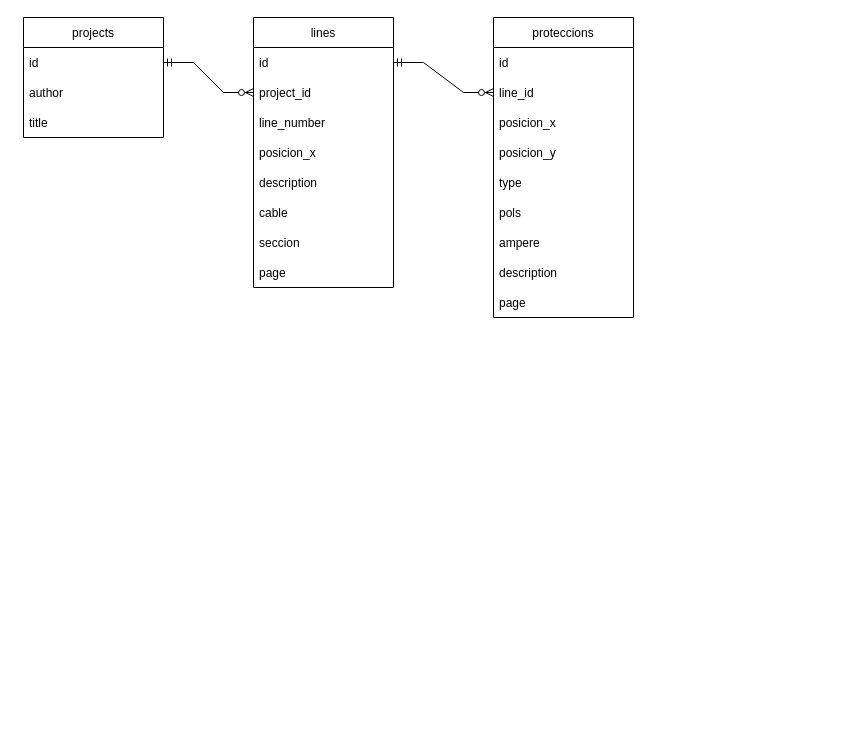
This is pdf_db_tables.drawio from otaymerich/electricdiagrams, a draw.io file, before an edit. Source tidied: cells renumbered, new cells numbered last; positions are measured from the earlier drawing's top-left corner, leaving out a move shared by most shapes. Both pictures are drawn from the tidied source at 100%, with x=0, y=0 at pixel (23, 17).
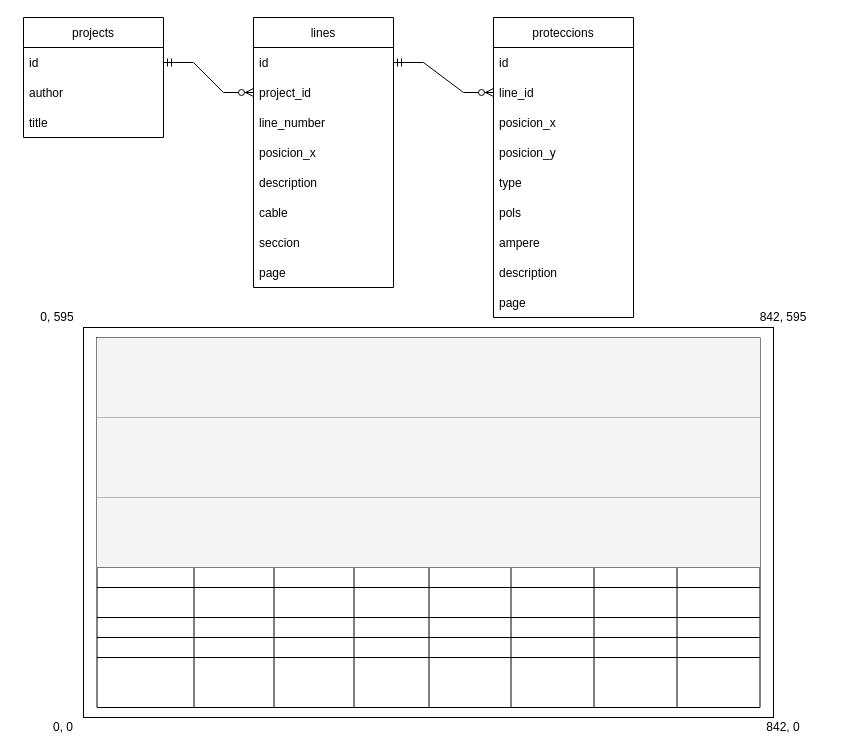
The same page after the edit.

Diff of the diagram source:
```diff
@@
+    <mxCell id="27" style="rounded=0;whiteSpace=wrap;html=1;" parent="1" vertex="1">
+      <mxGeometry x="60" y="310" width="690" height="390" as="geometry" />
+    </mxCell>
+    <mxCell id="28" style="shape=table;html=1;whiteSpace=wrap;startSize=0;childLayout=tableLayout;" parent="1" vertex="1">
+      <mxGeometry x="73.5" y="320" width="663" height="370" as="geometry" />
+    </mxCell>
+    <mxCell id="29" style="shape=tableRow;horizontal=0;startSize=0;swimlaneHead=0;swimlaneBody=0;top=0;left=0;bottom=0;right=0;fillColor=none;" parent="28" vertex="1">
+      <mxGeometry width="663" height="80" as="geometry" />
+    </mxCell>
+    <mxCell id="30" style="shape=partialRectangle;html=1;whiteSpace=wrap;fillColor=#f5f5f5;top=0;left=0;bottom=0;right=0;overflow=hidden;fontColor=#333333;strokeColor=#666666;" parent="29" vertex="1">
+      <mxGeometry width="97" height="80" as="geometry" />
+    </mxCell>
+    <mxCell id="31" style="shape=partialRectangle;html=1;whiteSpace=wrap;fillColor=#f5f5f5;top=0;left=0;bottom=0;right=0;overflow=hidden;strokeColor=#666666;fontColor=#333333;" parent="29" vertex="1">
+      <mxGeometry x="97" width="80" height="80" as="geometry" />
+    </mxCell>
+    <mxCell id="32" style="shape=partialRectangle;html=1;whiteSpace=wrap;fillColor=#f5f5f5;top=0;left=0;bottom=0;right=0;overflow=hidden;fontColor=#333333;strokeColor=#666666;" parent="29" vertex="1">
+      <mxGeometry x="177" width="80" height="80" as="geometry" />
+    </mxCell>
+    <mxCell id="33" style="shape=partialRectangle;html=1;whiteSpace=wrap;fillColor=#f5f5f5;top=0;left=0;bottom=0;right=0;overflow=hidden;fontColor=#333333;strokeColor=#666666;" parent="29" vertex="1">
+      <mxGeometry x="257" width="75" height="80" as="geometry" />
+    </mxCell>
+    <mxCell id="34" style="shape=partialRectangle;html=1;whiteSpace=wrap;fillColor=#f5f5f5;top=0;left=0;bottom=0;right=0;overflow=hidden;fontColor=#333333;strokeColor=#666666;" parent="29" vertex="1">
+      <mxGeometry x="332" width="82" height="80" as="geometry" />
+    </mxCell>
+    <mxCell id="35" style="shape=partialRectangle;html=1;whiteSpace=wrap;fillColor=#f5f5f5;top=0;left=0;bottom=0;right=0;overflow=hidden;fontColor=#333333;strokeColor=#666666;" parent="29" vertex="1">
+      <mxGeometry x="414" width="83" height="80" as="geometry" />
+    </mxCell>
+    <mxCell id="36" style="shape=partialRectangle;html=1;whiteSpace=wrap;fillColor=#f5f5f5;top=0;left=0;bottom=0;right=0;overflow=hidden;fontColor=#333333;strokeColor=#666666;" parent="29" vertex="1">
+      <mxGeometry x="497" width="83" height="80" as="geometry" />
+    </mxCell>
+    <mxCell id="37" style="shape=partialRectangle;html=1;whiteSpace=wrap;fillColor=#f5f5f5;top=0;left=0;bottom=0;right=0;overflow=hidden;fontColor=#333333;strokeColor=#666666;" parent="29" vertex="1">
+      <mxGeometry x="580" width="83" height="80" as="geometry" />
+    </mxCell>
+    <mxCell id="38" style="shape=tableRow;horizontal=0;startSize=0;swimlaneHead=0;swimlaneBody=0;top=0;left=0;bottom=0;right=0;fillColor=none;" parent="28" vertex="1">
+      <mxGeometry y="80" width="663" height="80" as="geometry" />
+    </mxCell>
+    <mxCell id="39" style="shape=partialRectangle;html=1;whiteSpace=wrap;fillColor=#f5f5f5;top=0;left=0;bottom=0;right=0;overflow=hidden;fontColor=#333333;strokeColor=#666666;" parent="38" vertex="1">
+      <mxGeometry width="97" height="80" as="geometry" />
+    </mxCell>
+    <mxCell id="40" style="shape=partialRectangle;html=1;whiteSpace=wrap;fillColor=#f5f5f5;top=0;left=0;bottom=0;right=0;overflow=hidden;fontColor=#333333;strokeColor=#666666;" parent="38" vertex="1">
+      <mxGeometry x="97" width="80" height="80" as="geometry" />
+    </mxCell>
+    <mxCell id="41" style="shape=partialRectangle;html=1;whiteSpace=wrap;fillColor=#f5f5f5;top=0;left=0;bottom=0;right=0;overflow=hidden;dashed=1;dashPattern=1 1;fontColor=#333333;strokeColor=#666666;" parent="38" vertex="1">
+      <mxGeometry x="177" width="80" height="80" as="geometry" />
+    </mxCell>
+    <mxCell id="42" style="shape=partialRectangle;html=1;whiteSpace=wrap;fillColor=#f5f5f5;top=0;left=0;bottom=0;right=0;overflow=hidden;fontColor=#333333;strokeColor=#666666;" parent="38" vertex="1">
+      <mxGeometry x="257" width="75" height="80" as="geometry" />
+    </mxCell>
+    <mxCell id="43" style="shape=partialRectangle;html=1;whiteSpace=wrap;fillColor=#f5f5f5;top=0;left=0;bottom=0;right=0;overflow=hidden;fontColor=#333333;strokeColor=#666666;" parent="38" vertex="1">
+      <mxGeometry x="332" width="82" height="80" as="geometry" />
+    </mxCell>
+    <mxCell id="44" style="shape=partialRectangle;html=1;whiteSpace=wrap;fillColor=#f5f5f5;top=0;left=0;bottom=0;right=0;overflow=hidden;fontColor=#333333;strokeColor=#666666;" parent="38" vertex="1">
+      <mxGeometry x="414" width="83" height="80" as="geometry" />
+    </mxCell>
+    <mxCell id="45" style="shape=partialRectangle;html=1;whiteSpace=wrap;fillColor=#f5f5f5;top=0;left=0;bottom=0;right=0;overflow=hidden;fontColor=#333333;strokeColor=#666666;" parent="38" vertex="1">
+      <mxGeometry x="497" width="83" height="80" as="geometry" />
+    </mxCell>
+    <mxCell id="46" style="shape=partialRectangle;html=1;whiteSpace=wrap;fillColor=#f5f5f5;top=0;left=0;bottom=0;right=0;overflow=hidden;fontColor=#333333;strokeColor=#666666;" parent="38" vertex="1">
+      <mxGeometry x="580" width="83" height="80" as="geometry" />
+    </mxCell>
+    <mxCell id="47" style="shape=tableRow;horizontal=0;startSize=0;swimlaneHead=0;swimlaneBody=0;top=0;left=0;bottom=0;right=0;fillColor=none;" parent="28" vertex="1">
+      <mxGeometry y="160" width="663" height="70" as="geometry" />
+    </mxCell>
+    <mxCell id="48" style="shape=partialRectangle;html=1;whiteSpace=wrap;fillColor=#f5f5f5;top=0;left=0;bottom=0;right=0;overflow=hidden;fontColor=#333333;strokeColor=#666666;" parent="47" vertex="1">
+      <mxGeometry width="97" height="70" as="geometry" />
+    </mxCell>
+    <mxCell id="49" style="shape=partialRectangle;html=1;whiteSpace=wrap;fillColor=#f5f5f5;top=0;left=0;bottom=0;right=0;overflow=hidden;fontColor=#333333;strokeColor=#666666;" parent="47" vertex="1">
+      <mxGeometry x="97" width="80" height="70" as="geometry" />
+    </mxCell>
+    <mxCell id="50" style="shape=partialRectangle;html=1;whiteSpace=wrap;fillColor=#f5f5f5;top=0;left=0;bottom=0;right=0;overflow=hidden;fontColor=#333333;strokeColor=#666666;" parent="47" vertex="1">
+      <mxGeometry x="177" width="80" height="70" as="geometry" />
+    </mxCell>
+    <mxCell id="51" style="shape=partialRectangle;html=1;whiteSpace=wrap;fillColor=#f5f5f5;top=0;left=0;bottom=0;right=0;overflow=hidden;fontColor=#333333;strokeColor=#666666;" parent="47" vertex="1">
+      <mxGeometry x="257" width="75" height="70" as="geometry" />
+    </mxCell>
+    <mxCell id="52" style="shape=partialRectangle;html=1;whiteSpace=wrap;fillColor=#f5f5f5;top=0;left=0;bottom=0;right=0;overflow=hidden;fontColor=#333333;strokeColor=#666666;" parent="47" vertex="1">
+      <mxGeometry x="332" width="82" height="70" as="geometry" />
+    </mxCell>
+    <mxCell id="53" style="shape=partialRectangle;html=1;whiteSpace=wrap;fillColor=#f5f5f5;top=0;left=0;bottom=0;right=0;overflow=hidden;fontColor=#333333;strokeColor=#666666;" parent="47" vertex="1">
+      <mxGeometry x="414" width="83" height="70" as="geometry" />
+    </mxCell>
+    <mxCell id="54" style="shape=partialRectangle;html=1;whiteSpace=wrap;fillColor=#f5f5f5;top=0;left=0;bottom=0;right=0;overflow=hidden;fontColor=#333333;strokeColor=#666666;" parent="47" vertex="1">
+      <mxGeometry x="497" width="83" height="70" as="geometry" />
+    </mxCell>
+    <mxCell id="55" style="shape=partialRectangle;html=1;whiteSpace=wrap;fillColor=#f5f5f5;top=0;left=0;bottom=0;right=0;overflow=hidden;fontColor=#333333;strokeColor=#666666;" parent="47" vertex="1">
+      <mxGeometry x="580" width="83" height="70" as="geometry" />
+    </mxCell>
+    <mxCell id="56" style="shape=tableRow;horizontal=0;startSize=0;swimlaneHead=0;swimlaneBody=0;top=0;left=0;bottom=0;right=0;fillColor=none;" parent="28" vertex="1">
+      <mxGeometry y="230" width="663" height="20" as="geometry" />
+    </mxCell>
+    <mxCell id="57" style="shape=partialRectangle;html=1;whiteSpace=wrap;fillColor=none;top=0;left=0;bottom=0;right=0;overflow=hidden;" parent="56" vertex="1">
+      <mxGeometry width="97" height="20" as="geometry" />
+    </mxCell>
+    <mxCell id="58" style="shape=partialRectangle;html=1;whiteSpace=wrap;fillColor=none;top=0;left=0;bottom=0;right=0;overflow=hidden;" parent="56" vertex="1">
+      <mxGeometry x="97" width="80" height="20" as="geometry" />
+    </mxCell>
+    <mxCell id="59" style="shape=partialRectangle;html=1;whiteSpace=wrap;fillColor=none;top=0;left=0;bottom=0;right=0;overflow=hidden;" parent="56" vertex="1">
+      <mxGeometry x="177" width="80" height="20" as="geometry" />
+    </mxCell>
+    <mxCell id="60" style="shape=partialRectangle;html=1;whiteSpace=wrap;fillColor=none;top=0;left=0;bottom=0;right=0;overflow=hidden;" parent="56" vertex="1">
+      <mxGeometry x="257" width="75" height="20" as="geometry" />
+    </mxCell>
+    <mxCell id="61" style="shape=partialRectangle;html=1;whiteSpace=wrap;fillColor=none;top=0;left=0;bottom=0;right=0;overflow=hidden;" parent="56" vertex="1">
+      <mxGeometry x="332" width="82" height="20" as="geometry" />
+    </mxCell>
+    <mxCell id="62" style="shape=partialRectangle;html=1;whiteSpace=wrap;fillColor=none;top=0;left=0;bottom=0;right=0;overflow=hidden;" parent="56" vertex="1">
+      <mxGeometry x="414" width="83" height="20" as="geometry" />
+    </mxCell>
+    <mxCell id="63" style="shape=partialRectangle;html=1;whiteSpace=wrap;fillColor=none;top=0;left=0;bottom=0;right=0;overflow=hidden;" parent="56" vertex="1">
+      <mxGeometry x="497" width="83" height="20" as="geometry" />
+    </mxCell>
+    <mxCell id="64" style="shape=partialRectangle;html=1;whiteSpace=wrap;fillColor=none;top=0;left=0;bottom=0;right=0;overflow=hidden;" parent="56" vertex="1">
+      <mxGeometry x="580" width="83" height="20" as="geometry" />
+    </mxCell>
+    <mxCell id="65" style="shape=tableRow;horizontal=0;startSize=0;swimlaneHead=0;swimlaneBody=0;top=0;left=0;bottom=0;right=0;fillColor=none;" parent="28" vertex="1">
+      <mxGeometry y="250" width="663" height="30" as="geometry" />
+    </mxCell>
+    <mxCell id="66" style="shape=partialRectangle;html=1;whiteSpace=wrap;fillColor=none;top=0;left=0;bottom=0;right=0;overflow=hidden;" parent="65" vertex="1">
+      <mxGeometry width="97" height="30" as="geometry" />
+    </mxCell>
+    <mxCell id="67" style="shape=partialRectangle;html=1;whiteSpace=wrap;fillColor=none;top=0;left=0;bottom=0;right=0;overflow=hidden;" parent="65" vertex="1">
+      <mxGeometry x="97" width="80" height="30" as="geometry" />
+    </mxCell>
+    <mxCell id="68" style="shape=partialRectangle;html=1;whiteSpace=wrap;fillColor=none;top=0;left=0;bottom=0;right=0;overflow=hidden;" parent="65" vertex="1">
+      <mxGeometry x="177" width="80" height="30" as="geometry" />
+    </mxCell>
+    <mxCell id="69" style="shape=partialRectangle;html=1;whiteSpace=wrap;fillColor=none;top=0;left=0;bottom=0;right=0;overflow=hidden;" parent="65" vertex="1">
+      <mxGeometry x="257" width="75" height="30" as="geometry" />
+    </mxCell>
+    <mxCell id="70" style="shape=partialRectangle;html=1;whiteSpace=wrap;fillColor=none;top=0;left=0;bottom=0;right=0;overflow=hidden;" parent="65" vertex="1">
+      <mxGeometry x="332" width="82" height="30" as="geometry" />
+    </mxCell>
+    <mxCell id="71" style="shape=partialRectangle;html=1;whiteSpace=wrap;fillColor=none;top=0;left=0;bottom=0;right=0;overflow=hidden;" parent="65" vertex="1">
+      <mxGeometry x="414" width="83" height="30" as="geometry" />
+    </mxCell>
+    <mxCell id="72" style="shape=partialRectangle;html=1;whiteSpace=wrap;fillColor=none;top=0;left=0;bottom=0;right=0;overflow=hidden;" parent="65" vertex="1">
+      <mxGeometry x="497" width="83" height="30" as="geometry" />
+    </mxCell>
+    <mxCell id="73" style="shape=partialRectangle;html=1;whiteSpace=wrap;fillColor=none;top=0;left=0;bottom=0;right=0;overflow=hidden;" parent="65" vertex="1">
+      <mxGeometry x="580" width="83" height="30" as="geometry" />
+    </mxCell>
+    <mxCell id="74" style="shape=tableRow;horizontal=0;startSize=0;swimlaneHead=0;swimlaneBody=0;top=0;left=0;bottom=0;right=0;fillColor=none;" parent="28" vertex="1">
+      <mxGeometry y="280" width="663" height="20" as="geometry" />
+    </mxCell>
+    <mxCell id="75" style="shape=partialRectangle;html=1;whiteSpace=wrap;fillColor=none;top=0;left=0;bottom=0;right=0;overflow=hidden;" parent="74" vertex="1">
+      <mxGeometry width="97" height="20" as="geometry" />
+    </mxCell>
+    <mxCell id="76" style="shape=partialRectangle;html=1;whiteSpace=wrap;fillColor=none;top=0;left=0;bottom=0;right=0;overflow=hidden;" parent="74" vertex="1">
+      <mxGeometry x="97" width="80" height="20" as="geometry" />
+    </mxCell>
+    <mxCell id="77" style="shape=partialRectangle;html=1;whiteSpace=wrap;fillColor=none;top=0;left=0;bottom=0;right=0;overflow=hidden;" parent="74" vertex="1">
+      <mxGeometry x="177" width="80" height="20" as="geometry" />
+    </mxCell>
+    <mxCell id="78" style="shape=partialRectangle;html=1;whiteSpace=wrap;fillColor=none;top=0;left=0;bottom=0;right=0;overflow=hidden;" parent="74" vertex="1">
+      <mxGeometry x="257" width="75" height="20" as="geometry" />
+    </mxCell>
+    <mxCell id="79" style="shape=partialRectangle;html=1;whiteSpace=wrap;fillColor=none;top=0;left=0;bottom=0;right=0;overflow=hidden;" parent="74" vertex="1">
+      <mxGeometry x="332" width="82" height="20" as="geometry" />
+    </mxCell>
+    <mxCell id="80" style="shape=partialRectangle;html=1;whiteSpace=wrap;fillColor=none;top=0;left=0;bottom=0;right=0;overflow=hidden;" parent="74" vertex="1">
+      <mxGeometry x="414" width="83" height="20" as="geometry" />
+    </mxCell>
+    <mxCell id="81" style="shape=partialRectangle;html=1;whiteSpace=wrap;fillColor=none;top=0;left=0;bottom=0;right=0;overflow=hidden;" parent="74" vertex="1">
+      <mxGeometry x="497" width="83" height="20" as="geometry" />
+    </mxCell>
+    <mxCell id="82" style="shape=partialRectangle;html=1;whiteSpace=wrap;fillColor=none;top=0;left=0;bottom=0;right=0;overflow=hidden;" parent="74" vertex="1">
+      <mxGeometry x="580" width="83" height="20" as="geometry" />
+    </mxCell>
+    <mxCell id="83" style="shape=tableRow;horizontal=0;startSize=0;swimlaneHead=0;swimlaneBody=0;top=0;left=0;bottom=0;right=0;fillColor=none;" parent="28" vertex="1">
+      <mxGeometry y="300" width="663" height="20" as="geometry" />
+    </mxCell>
+    <mxCell id="84" style="shape=partialRectangle;html=1;whiteSpace=wrap;fillColor=none;top=0;left=0;bottom=0;right=0;overflow=hidden;" parent="83" vertex="1">
+      <mxGeometry width="97" height="20" as="geometry" />
+    </mxCell>
+    <mxCell id="85" style="shape=partialRectangle;html=1;whiteSpace=wrap;fillColor=none;top=0;left=0;bottom=0;right=0;overflow=hidden;" parent="83" vertex="1">
+      <mxGeometry x="97" width="80" height="20" as="geometry" />
+    </mxCell>
+    <mxCell id="86" style="shape=partialRectangle;html=1;whiteSpace=wrap;fillColor=none;top=0;left=0;bottom=0;right=0;overflow=hidden;" parent="83" vertex="1">
+      <mxGeometry x="177" width="80" height="20" as="geometry" />
+    </mxCell>
+    <mxCell id="87" style="shape=partialRectangle;html=1;whiteSpace=wrap;fillColor=none;top=0;left=0;bottom=0;right=0;overflow=hidden;" parent="83" vertex="1">
+      <mxGeometry x="257" width="75" height="20" as="geometry" />
+    </mxCell>
+    <mxCell id="88" style="shape=partialRectangle;html=1;whiteSpace=wrap;fillColor=none;top=0;left=0;bottom=0;right=0;overflow=hidden;" parent="83" vertex="1">
+      <mxGeometry x="332" width="82" height="20" as="geometry" />
+    </mxCell>
+    <mxCell id="89" style="shape=partialRectangle;html=1;whiteSpace=wrap;fillColor=none;top=0;left=0;bottom=0;right=0;overflow=hidden;" parent="83" vertex="1">
+      <mxGeometry x="414" width="83" height="20" as="geometry" />
+    </mxCell>
+    <mxCell id="90" style="shape=partialRectangle;html=1;whiteSpace=wrap;fillColor=none;top=0;left=0;bottom=0;right=0;overflow=hidden;" parent="83" vertex="1">
+      <mxGeometry x="497" width="83" height="20" as="geometry" />
+    </mxCell>
+    <mxCell id="91" style="shape=partialRectangle;html=1;whiteSpace=wrap;fillColor=none;top=0;left=0;bottom=0;right=0;overflow=hidden;" parent="83" vertex="1">
+      <mxGeometry x="580" width="83" height="20" as="geometry" />
+    </mxCell>
+    <mxCell id="92" style="shape=tableRow;horizontal=0;startSize=0;swimlaneHead=0;swimlaneBody=0;top=0;left=0;bottom=0;right=0;fillColor=none;" parent="28" vertex="1">
+      <mxGeometry y="320" width="663" height="50" as="geometry" />
+    </mxCell>
+    <mxCell id="93" style="shape=partialRectangle;html=1;whiteSpace=wrap;fillColor=none;top=0;left=0;bottom=0;right=0;overflow=hidden;" parent="92" vertex="1">
+      <mxGeometry width="97" height="50" as="geometry" />
+    </mxCell>
+    <mxCell id="94" style="shape=partialRectangle;html=1;whiteSpace=wrap;fillColor=none;top=0;left=0;bottom=0;right=0;overflow=hidden;" parent="92" vertex="1">
+      <mxGeometry x="97" width="80" height="50" as="geometry" />
+    </mxCell>
+    <mxCell id="95" style="shape=partialRectangle;html=1;whiteSpace=wrap;fillColor=none;top=0;left=0;bottom=0;right=0;overflow=hidden;" parent="92" vertex="1">
+      <mxGeometry x="177" width="80" height="50" as="geometry" />
+    </mxCell>
+    <mxCell id="96" style="shape=partialRectangle;html=1;whiteSpace=wrap;fillColor=none;top=0;left=0;bottom=0;right=0;overflow=hidden;" parent="92" vertex="1">
+      <mxGeometry x="257" width="75" height="50" as="geometry" />
+    </mxCell>
+    <mxCell id="97" style="shape=partialRectangle;html=1;whiteSpace=wrap;fillColor=none;top=0;left=0;bottom=0;right=0;overflow=hidden;" parent="92" vertex="1">
+      <mxGeometry x="332" width="82" height="50" as="geometry" />
+    </mxCell>
+    <mxCell id="98" style="shape=partialRectangle;html=1;whiteSpace=wrap;fillColor=none;top=0;left=0;bottom=0;right=0;overflow=hidden;" parent="92" vertex="1">
+      <mxGeometry x="414" width="83" height="50" as="geometry" />
+    </mxCell>
+    <mxCell id="99" style="shape=partialRectangle;html=1;whiteSpace=wrap;fillColor=none;top=0;left=0;bottom=0;right=0;overflow=hidden;" parent="92" vertex="1">
+      <mxGeometry x="497" width="83" height="50" as="geometry" />
+    </mxCell>
+    <mxCell id="100" style="shape=partialRectangle;html=1;whiteSpace=wrap;fillColor=none;top=0;left=0;bottom=0;right=0;overflow=hidden;" parent="92" vertex="1">
+      <mxGeometry x="580" width="83" height="50" as="geometry" />
+    </mxCell>
+    <mxCell id="101" value="0, 595" style="text;html=1;strokeColor=none;fillColor=none;align=center;verticalAlign=middle;whiteSpace=wrap;overflow=hidden;fontFamily=Helvetica;fontSize=12;fontColor=default;startSize=0;" parent="1" vertex="1">
+      <mxGeometry x="-6.5" y="290" width="80" height="20" as="geometry" />
+    </mxCell>
+    <mxCell id="102" value="842, 595" style="text;html=1;strokeColor=none;fillColor=none;align=center;verticalAlign=middle;whiteSpace=wrap;overflow=hidden;fontFamily=Helvetica;fontSize=12;fontColor=default;startSize=0;" parent="1" vertex="1">
+      <mxGeometry x="720" y="290" width="80" height="20" as="geometry" />
+    </mxCell>
+    <mxCell id="103" value="842, 0" style="text;html=1;strokeColor=none;fillColor=none;align=center;verticalAlign=middle;whiteSpace=wrap;overflow=hidden;fontFamily=Helvetica;fontSize=12;fontColor=default;startSize=0;" parent="1" vertex="1">
+      <mxGeometry x="720" y="700" width="80" height="20" as="geometry" />
+    </mxCell>
+    <mxCell id="104" value="0, 0" style="text;html=1;strokeColor=none;fillColor=none;align=center;verticalAlign=middle;whiteSpace=wrap;overflow=hidden;fontFamily=Helvetica;fontSize=12;fontColor=default;startSize=0;" parent="1" vertex="1">
+      <mxGeometry y="700" width="80" height="20" as="geometry" />
+    </mxCell>
```
